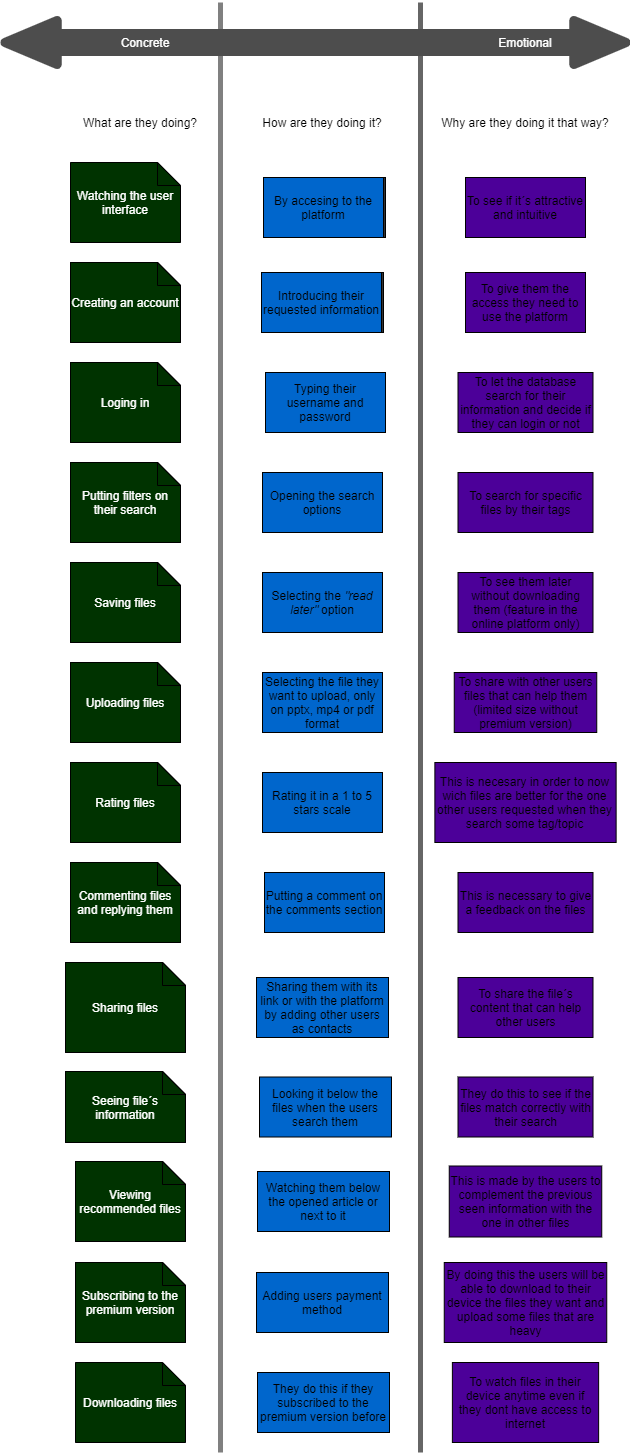
Bernal03/AnalisisAvanzado_Repositorio_Bernal keeps this draw.io diagram as diagrams/A0.1_Diagrama.png. Above is the earlier version. Source tidied: cells renumbered, new cells last; positions are measured from the earlier drawing's top-left corner, leaving out a move shared by most shapes.
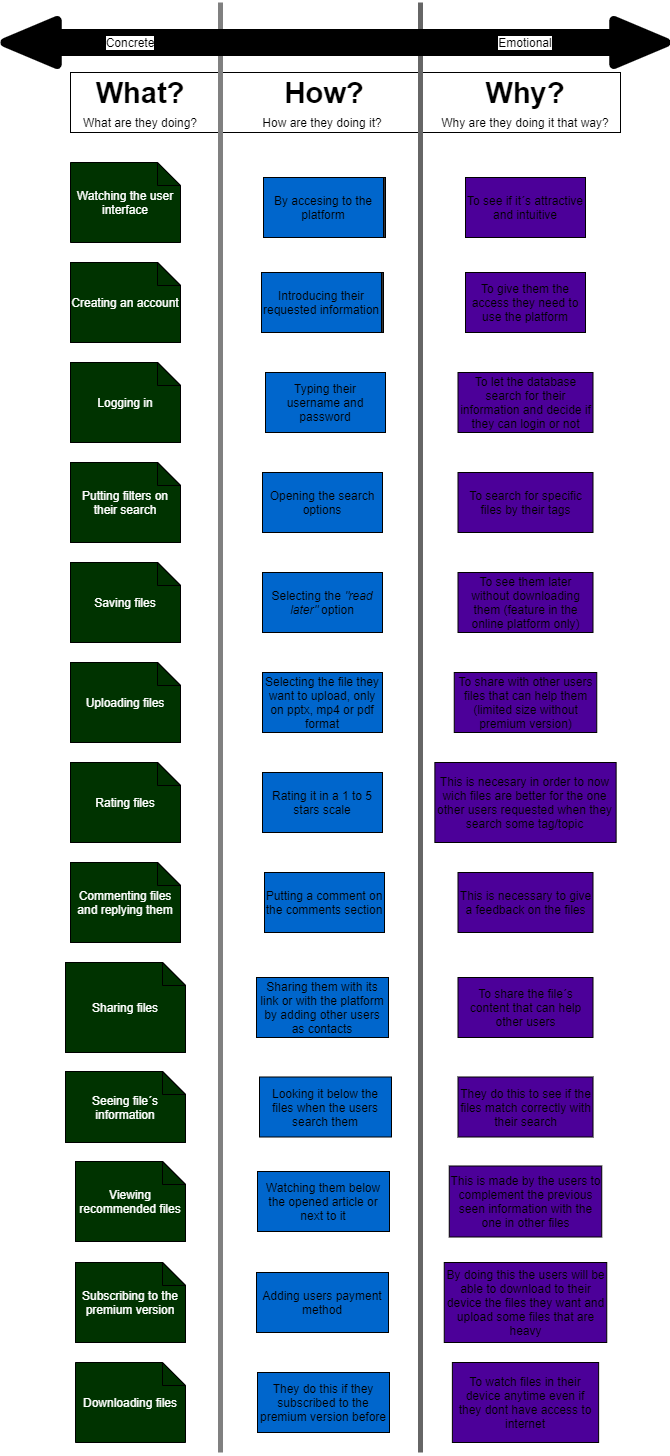
After the commit.

What changed in the source:
```diff
@@ -2,6 +2,9 @@
   <root>
     <mxCell id="0" />
     <mxCell id="1" parent="0" />
+    <mxCell id="65" style="rounded=0;whiteSpace=wrap;html=1;fontColor=#000000;" parent="1" vertex="1">
+      <mxGeometry x="70" y="70" width="550" height="60" as="geometry" />
+    </mxCell>
     <mxCell id="2" style="endArrow=none;html=1;strokeWidth=5;strokeColor=#666666;" parent="1" edge="1">
       <mxGeometry relative="1" as="geometry">
         <mxPoint x="420" y="1450" as="sourcePoint" />
@@ -14,31 +17,31 @@
         <mxPoint x="220" as="targetPoint" />
       </mxGeometry>
     </mxCell>
-    <mxCell id="4" style="shape=flexArrow;endArrow=classic;startArrow=classic;html=1;strokeWidth=9;targetPerimeterSpacing=9;endWidth=17;endSize=14.39;startWidth=17;startSize=14.39;fillColor=#4D4D4D;strokeColor=#4D4D4D;" parent="1" edge="1">
+    <mxCell id="4" style="shape=flexArrow;endArrow=classic;startArrow=classic;html=1;strokeWidth=9;targetPerimeterSpacing=9;endWidth=17;endSize=14.39;startWidth=17;startSize=14.39;fillColor=#000000;strokeColor=#000000;" parent="1" edge="1">
       <mxGeometry relative="1" as="geometry">
         <mxPoint y="40" as="sourcePoint" />
-        <mxPoint x="630" y="40" as="targetPoint" />
+        <mxPoint x="670" y="40" as="targetPoint" />
       </mxGeometry>
     </mxCell>
-    <mxCell id="5" value="&lt;font style=&quot;font-size: 29px&quot; color=&quot;#ffffff&quot;&gt;&lt;b&gt;What?&lt;/b&gt;&lt;/font&gt;" style="text;html=1;strokeColor=none;fillColor=none;align=center;verticalAlign=middle;whiteSpace=wrap;rounded=0;" parent="1" vertex="1">
+    <mxCell id="5" value="&lt;font style=&quot;font-size: 29px&quot;&gt;&lt;b&gt;What?&lt;/b&gt;&lt;/font&gt;" style="text;html=1;strokeColor=none;fillColor=none;align=center;verticalAlign=middle;whiteSpace=wrap;rounded=0;fontColor=#000000;" parent="1" vertex="1">
       <mxGeometry x="100" y="80" width="80" height="20" as="geometry" />
     </mxCell>
-    <mxCell id="6" value="&lt;font style=&quot;font-size: 29px&quot; color=&quot;#ffffff&quot;&gt;&lt;b&gt;How?&lt;/b&gt;&lt;/font&gt;" style="text;html=1;strokeColor=none;fillColor=none;align=center;verticalAlign=middle;whiteSpace=wrap;rounded=0;" parent="1" vertex="1">
+    <mxCell id="6" value="&lt;font style=&quot;font-size: 29px&quot;&gt;&lt;b&gt;How?&lt;/b&gt;&lt;/font&gt;" style="text;html=1;strokeColor=none;fillColor=none;align=center;verticalAlign=middle;whiteSpace=wrap;rounded=0;fontColor=#000000;" parent="1" vertex="1">
       <mxGeometry x="284" y="80" width="80" height="20" as="geometry" />
     </mxCell>
-    <mxCell id="7" value="&lt;font style=&quot;font-size: 29px&quot; color=&quot;#ffffff&quot;&gt;&lt;b&gt;Why?&lt;/b&gt;&lt;/font&gt;" style="text;html=1;strokeColor=none;fillColor=none;align=center;verticalAlign=middle;whiteSpace=wrap;rounded=0;" parent="1" vertex="1">
+    <mxCell id="7" value="&lt;font style=&quot;font-size: 29px&quot;&gt;&lt;b&gt;Why?&lt;/b&gt;&lt;/font&gt;" style="text;html=1;strokeColor=none;fillColor=none;align=center;verticalAlign=middle;whiteSpace=wrap;rounded=0;fontColor=#000000;" parent="1" vertex="1">
       <mxGeometry x="485" y="80" width="80" height="20" as="geometry" />
     </mxCell>
-    <mxCell id="8" value="&lt;font color=&quot;#ffffff&quot;&gt;Concrete&lt;/font&gt;" style="text;html=1;strokeColor=none;fillColor=none;align=center;verticalAlign=middle;whiteSpace=wrap;rounded=0;" parent="1" vertex="1">
-      <mxGeometry x="110" y="30" width="70" height="20" as="geometry" />
+    <mxCell id="8" value="&lt;span style=&quot;background-color: rgb(255 , 255 , 255)&quot;&gt;Concrete&lt;/span&gt;" style="text;html=1;strokeColor=none;fillColor=none;align=center;verticalAlign=middle;whiteSpace=wrap;rounded=0;" parent="1" vertex="1">
+      <mxGeometry x="110" y="30" width="40" height="20" as="geometry" />
     </mxCell>
-    <mxCell id="9" value="What are they doing?" style="text;html=1;strokeColor=none;fillColor=none;align=center;verticalAlign=middle;whiteSpace=wrap;rounded=0;" parent="1" vertex="1">
+    <mxCell id="9" value="What are they doing?" style="text;html=1;strokeColor=none;fillColor=none;align=center;verticalAlign=middle;whiteSpace=wrap;rounded=0;fontColor=#000000;" parent="1" vertex="1">
       <mxGeometry x="80" y="110" width="120" height="20" as="geometry" />
     </mxCell>
-    <mxCell id="10" value="How are they doing it?" style="text;html=1;strokeColor=none;fillColor=none;align=center;verticalAlign=middle;whiteSpace=wrap;rounded=0;" parent="1" vertex="1">
+    <mxCell id="10" value="How are they doing it?" style="text;html=1;strokeColor=none;fillColor=none;align=center;verticalAlign=middle;whiteSpace=wrap;rounded=0;fontColor=#000000;" parent="1" vertex="1">
       <mxGeometry x="260" y="110" width="124" height="20" as="geometry" />
     </mxCell>
-    <mxCell id="11" value="Why are they doing it that way?" style="text;html=1;strokeColor=none;fillColor=none;align=center;verticalAlign=middle;whiteSpace=wrap;rounded=0;" parent="1" vertex="1">
+    <mxCell id="11" value="Why are they doing it that way?" style="text;html=1;strokeColor=none;fillColor=none;align=center;verticalAlign=middle;whiteSpace=wrap;rounded=0;fontColor=#000000;" parent="1" vertex="1">
       <mxGeometry x="440" y="110" width="170" height="20" as="geometry" />
     </mxCell>
     <mxCell id="12" value="&lt;font color=&quot;#ffffff&quot;&gt;Watching the user interface&lt;/font&gt;" style="shape=note;whiteSpace=wrap;html=1;backgroundOutline=1;darkOpacity=0.05;size=23;fillColor=#003300;" parent="1" vertex="1">
@@ -56,7 +59,7 @@
     <mxCell id="16" value="Introducing their requested information" style="rounded=0;whiteSpace=wrap;html=1;fillColor=#333333;" parent="1" vertex="1">
       <mxGeometry x="263" y="270" width="120" height="60" as="geometry" />
     </mxCell>
-    <mxCell id="17" value="&lt;font color=&quot;#ffffff&quot;&gt;Emotional&lt;/font&gt;" style="text;html=1;strokeColor=none;fillColor=none;align=center;verticalAlign=middle;whiteSpace=wrap;rounded=0;" parent="1" vertex="1">
+    <mxCell id="17" value="&lt;span style=&quot;background-color: rgb(255 , 255 , 255)&quot;&gt;Emotional&lt;/span&gt;" style="text;html=1;strokeColor=none;fillColor=none;align=center;verticalAlign=middle;whiteSpace=wrap;rounded=0;" parent="1" vertex="1">
       <mxGeometry x="505" y="30" width="40" height="20" as="geometry" />
     </mxCell>
     <mxCell id="18" value="To give them the access they need to use the platform" style="rounded=0;whiteSpace=wrap;html=1;fillColor=#4C0099;" parent="1" vertex="1">
@@ -164,7 +167,7 @@
     <mxCell id="52" value="&lt;font color=&quot;#ffffff&quot;&gt;Creating an account&lt;/font&gt;" style="shape=note;whiteSpace=wrap;html=1;backgroundOutline=1;darkOpacity=0.05;size=23;fillColor=#003300;" parent="1" vertex="1">
       <mxGeometry x="70" y="260" width="110" height="80" as="geometry" />
     </mxCell>
-    <mxCell id="53" value="&lt;font color=&quot;#ffffff&quot;&gt;Loging in&lt;/font&gt;" style="shape=note;whiteSpace=wrap;html=1;backgroundOutline=1;darkOpacity=0.05;size=23;fillColor=#003300;" parent="1" vertex="1">
+    <mxCell id="53" value="&lt;font color=&quot;#ffffff&quot;&gt;Logging in&lt;/font&gt;" style="shape=note;whiteSpace=wrap;html=1;backgroundOutline=1;darkOpacity=0.05;size=23;fillColor=#003300;" parent="1" vertex="1">
       <mxGeometry x="70" y="360" width="110" height="80" as="geometry" />
     </mxCell>
     <mxCell id="54" value="&lt;font color=&quot;#ffffff&quot;&gt;Putting filters on their search&lt;/font&gt;" style="shape=note;whiteSpace=wrap;html=1;backgroundOutline=1;darkOpacity=0.05;size=23;fillColor=#003300;" parent="1" vertex="1">
```
